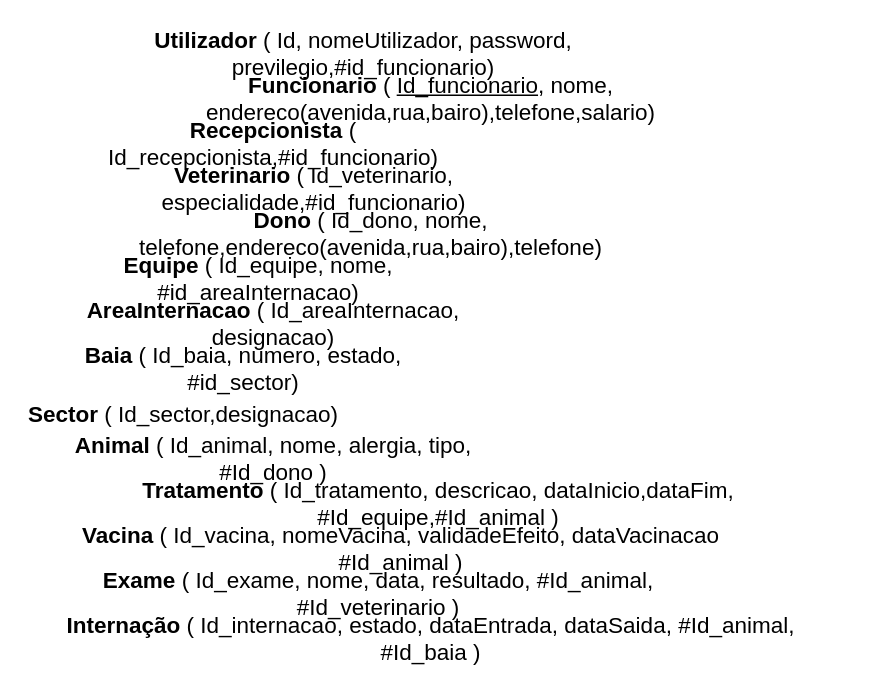
The draw.io diagram page "Mapeamento" (2 of 8) of modelagem_banco-de-dados/ClinicaVeterianaria.drawio in JeanJacquesNS/clinica-veterinaria, before the edit. Source tidied: cells renumbered, new cells numbered last; positions are measured from the earlier drawing's top-left corner, leaving out a move shared by most shapes. Both pictures are drawn from the tidied source at 150%, with x=0, y=0 at pixel (26, 30).
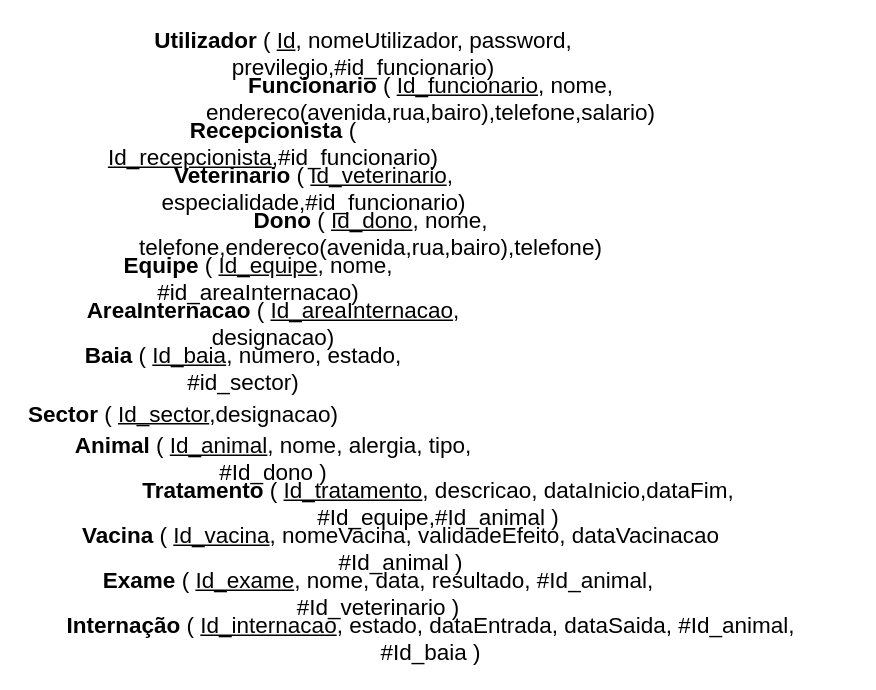
Above is the later version.

Change to the diagram source:
```diff
@@
 <mxGraphModel>
   <root>
     <mxCell id="0" />
     <mxCell id="1" parent="0" />
-    <mxCell id="2" value="&lt;b&gt;Utilizador&lt;/b&gt; ( Id, nomeUtilizador, password, previlegio,#id_funcionario)" style="text;html=1;strokeColor=none;fillColor=none;align=center;verticalAlign=middle;whiteSpace=wrap;rounded=0;fontSize=15;" parent="1" vertex="1">
+    <mxCell id="2" value="&lt;b&gt;Utilizador&lt;/b&gt; ( &lt;u&gt;Id&lt;/u&gt;, nomeUtilizador, password, previlegio,#id_funcionario)" style="text;html=1;strokeColor=none;fillColor=none;align=center;verticalAlign=middle;whiteSpace=wrap;rounded=0;fontSize=15;" parent="1" vertex="1">
       <mxGeometry width="450" height="30" as="geometry" />
     </mxCell>
     <mxCell id="3" value="&lt;b&gt;Funcionario&lt;/b&gt; ( &lt;u&gt;Id_funcionario&lt;/u&gt;, nome, endereco(avenida,rua,bairo),telefone,salario)" style="text;html=1;strokeColor=none;fillColor=none;align=center;verticalAlign=middle;whiteSpace=wrap;rounded=0;fontSize=15;" parent="1" vertex="1">
       <mxGeometry y="30" width="540" height="30" as="geometry" />
     </mxCell>
-    <mxCell id="4" value="&lt;b&gt;Dono&lt;/b&gt; ( Id_dono, nome, telefone,endereco(avenida,rua,bairo),telefone)" style="text;html=1;strokeColor=none;fillColor=none;align=center;verticalAlign=middle;whiteSpace=wrap;rounded=0;fontSize=15;" parent="1" vertex="1">
+    <mxCell id="4" value="&lt;b&gt;Dono&lt;/b&gt; ( &lt;u&gt;Id_dono&lt;/u&gt;, nome, telefone,endereco(avenida,rua,bairo),telefone)" style="text;html=1;strokeColor=none;fillColor=none;align=center;verticalAlign=middle;whiteSpace=wrap;rounded=0;fontSize=15;" parent="1" vertex="1">
       <mxGeometry y="120" width="460" height="30" as="geometry" />
     </mxCell>
-    <mxCell id="5" value="&lt;b&gt;Recepcionista&lt;/b&gt; ( Id_recepcionista,#id_funcionario)" style="text;html=1;strokeColor=none;fillColor=none;align=center;verticalAlign=middle;whiteSpace=wrap;rounded=0;fontSize=15;" parent="1" vertex="1">
+    <mxCell id="5" value="&lt;b&gt;Recepcionista&lt;/b&gt; ( &lt;u&gt;Id_recepcionista&lt;/u&gt;,#id_funcionario)" style="text;html=1;strokeColor=none;fillColor=none;align=center;verticalAlign=middle;whiteSpace=wrap;rounded=0;fontSize=15;" parent="1" vertex="1">
       <mxGeometry y="60" width="330" height="30" as="geometry" />
     </mxCell>
-    <mxCell id="6" value="&lt;b&gt;Veterinario&lt;/b&gt; ( Id_veterinario, especialidade,#id_funcionario)" style="text;html=1;strokeColor=none;fillColor=none;align=center;verticalAlign=middle;whiteSpace=wrap;rounded=0;fontSize=15;" parent="1" vertex="1">
+    <mxCell id="6" value="&lt;b&gt;Veterinario&lt;/b&gt; ( &lt;u&gt;Id_veterinario&lt;/u&gt;, especialidade,#id_funcionario)" style="text;html=1;strokeColor=none;fillColor=none;align=center;verticalAlign=middle;whiteSpace=wrap;rounded=0;fontSize=15;" parent="1" vertex="1">
       <mxGeometry y="90" width="384" height="30" as="geometry" />
     </mxCell>
-    <mxCell id="7" value="&lt;b&gt;Equipe&lt;/b&gt; ( Id_equipe, nome, #id_areaInternacao)" style="text;html=1;strokeColor=none;fillColor=none;align=center;verticalAlign=middle;whiteSpace=wrap;rounded=0;fontSize=15;" parent="1" vertex="1">
+    <mxCell id="7" value="&lt;b&gt;Equipe&lt;/b&gt; ( &lt;u&gt;Id_equipe&lt;/u&gt;, nome, #id_areaInternacao)" style="text;html=1;strokeColor=none;fillColor=none;align=center;verticalAlign=middle;whiteSpace=wrap;rounded=0;fontSize=15;" parent="1" vertex="1">
       <mxGeometry y="150" width="310" height="30" as="geometry" />
     </mxCell>
-    <mxCell id="8" value="&lt;b&gt;AreaInternacao&lt;/b&gt; ( Id_areaInternacao, designacao)" style="text;html=1;strokeColor=none;fillColor=none;align=center;verticalAlign=middle;whiteSpace=wrap;rounded=0;fontSize=15;" parent="1" vertex="1">
+    <mxCell id="8" value="&lt;b&gt;AreaInternacao&lt;/b&gt; ( &lt;u&gt;Id_areaInternacao&lt;/u&gt;, designacao)" style="text;html=1;strokeColor=none;fillColor=none;align=center;verticalAlign=middle;whiteSpace=wrap;rounded=0;fontSize=15;" parent="1" vertex="1">
       <mxGeometry y="180" width="330" height="30" as="geometry" />
     </mxCell>
-    <mxCell id="9" value="&lt;b&gt;Baia&lt;/b&gt; ( Id_baia, numero, estado, #id_sector)" style="text;html=1;strokeColor=none;fillColor=none;align=center;verticalAlign=middle;whiteSpace=wrap;rounded=0;fontSize=15;" parent="1" vertex="1">
+    <mxCell id="9" value="&lt;b&gt;Baia&lt;/b&gt; ( &lt;u&gt;Id_baia&lt;/u&gt;, numero, estado, #id_sector)" style="text;html=1;strokeColor=none;fillColor=none;align=center;verticalAlign=middle;whiteSpace=wrap;rounded=0;fontSize=15;" parent="1" vertex="1">
       <mxGeometry y="210" width="290" height="30" as="geometry" />
     </mxCell>
-    <mxCell id="10" value="&lt;b&gt;Sector&lt;/b&gt; ( Id_sector,designacao)" style="text;html=1;strokeColor=none;fillColor=none;align=center;verticalAlign=middle;whiteSpace=wrap;rounded=0;fontSize=15;" parent="1" vertex="1">
+    <mxCell id="10" value="&lt;b&gt;Sector&lt;/b&gt; ( &lt;u&gt;Id_sector&lt;/u&gt;,designacao)" style="text;html=1;strokeColor=none;fillColor=none;align=center;verticalAlign=middle;whiteSpace=wrap;rounded=0;fontSize=15;" parent="1" vertex="1">
       <mxGeometry y="240" width="210" height="30" as="geometry" />
     </mxCell>
-    <mxCell id="11" value="&lt;b&gt;Animal&lt;/b&gt; ( Id_animal, nome, alergia, tipo, #Id_dono )" style="text;html=1;strokeColor=none;fillColor=none;align=center;verticalAlign=middle;whiteSpace=wrap;rounded=0;fontSize=15;" parent="1" vertex="1">
+    <mxCell id="11" value="&lt;b&gt;Animal&lt;/b&gt; ( &lt;u&gt;Id_animal&lt;/u&gt;, nome, alergia, tipo, #Id_dono )" style="text;html=1;strokeColor=none;fillColor=none;align=center;verticalAlign=middle;whiteSpace=wrap;rounded=0;fontSize=15;" parent="1" vertex="1">
       <mxGeometry y="270" width="330" height="30" as="geometry" />
     </mxCell>
-    <mxCell id="12" value="&lt;b&gt;Tratamento&lt;/b&gt; ( Id_tratamento, descricao, dataInicio,dataFim, #Id_equipe,#Id_animal )" style="text;html=1;strokeColor=none;fillColor=none;align=center;verticalAlign=middle;whiteSpace=wrap;rounded=0;fontSize=15;" parent="1" vertex="1">
+    <mxCell id="12" value="&lt;b&gt;Tratamento&lt;/b&gt; ( &lt;u&gt;Id_tratamento&lt;/u&gt;, descricao, dataInicio,dataFim, #Id_equipe,#Id_animal )" style="text;html=1;strokeColor=none;fillColor=none;align=center;verticalAlign=middle;whiteSpace=wrap;rounded=0;fontSize=15;" parent="1" vertex="1">
       <mxGeometry y="300" width="550" height="30" as="geometry" />
     </mxCell>
-    <mxCell id="13" value="&lt;b&gt;Vacina&lt;/b&gt; ( Id_vacina, nomeVacina, validadeEfeito, dataVacinacao #Id_animal )" style="text;html=1;strokeColor=none;fillColor=none;align=center;verticalAlign=middle;whiteSpace=wrap;rounded=0;fontSize=15;" parent="1" vertex="1">
+    <mxCell id="13" value="&lt;b&gt;Vacina&lt;/b&gt; ( &lt;u&gt;Id_vacina&lt;/u&gt;, nomeVacina, validadeEfeito, dataVacinacao #Id_animal )" style="text;html=1;strokeColor=none;fillColor=none;align=center;verticalAlign=middle;whiteSpace=wrap;rounded=0;fontSize=15;" parent="1" vertex="1">
       <mxGeometry y="330" width="500" height="30" as="geometry" />
     </mxCell>
-    <mxCell id="14" value="&lt;b&gt;Exame&lt;/b&gt; ( Id_exame, nome, data, resultado, #Id_animal, #Id_veterinario )" style="text;html=1;strokeColor=none;fillColor=none;align=center;verticalAlign=middle;whiteSpace=wrap;rounded=0;fontSize=15;" parent="1" vertex="1">
+    <mxCell id="14" value="&lt;b&gt;Exame&lt;/b&gt; ( &lt;u&gt;Id_exame&lt;/u&gt;, nome, data, resultado, #Id_animal, #Id_veterinario )" style="text;html=1;strokeColor=none;fillColor=none;align=center;verticalAlign=middle;whiteSpace=wrap;rounded=0;fontSize=15;" parent="1" vertex="1">
       <mxGeometry y="360" width="470" height="30" as="geometry" />
     </mxCell>
-    <mxCell id="15" value="&lt;b&gt;Internação&lt;/b&gt; ( Id_internacao, estado, dataEntrada, dataSaida, #Id_animal, #Id_baia )" style="text;html=1;strokeColor=none;fillColor=none;align=center;verticalAlign=middle;whiteSpace=wrap;rounded=0;fontSize=15;" parent="1" vertex="1">
+    <mxCell id="15" value="&lt;b&gt;Internação&lt;/b&gt; ( &lt;u&gt;Id_internacao&lt;/u&gt;, estado, dataEntrada, dataSaida, #Id_animal, #Id_baia )" style="text;html=1;strokeColor=none;fillColor=none;align=center;verticalAlign=middle;whiteSpace=wrap;rounded=0;fontSize=15;" parent="1" vertex="1">
       <mxGeometry y="390" width="540" height="30" as="geometry" />
     </mxCell>
   </root>
 </mxGraphModel>
```
